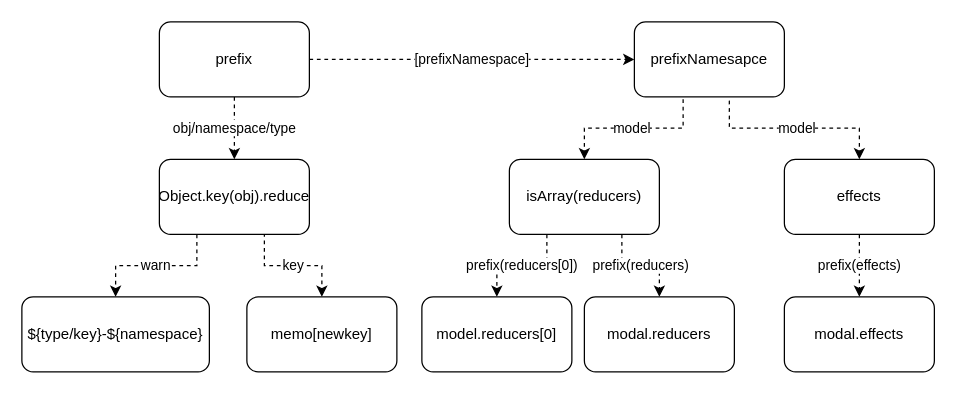
The draw.io diagram page "prefixNamespace" (3 of 4) of background-flutter/other/dva.drawio in hexipei/draw.io, before the edit. Source tidied: cells renumbered, new cells numbered last; positions are measured from the earlier drawing's top-left corner, leaving out a move shared by most shapes. Both pictures are drawn from the tidied source at 125%, with x=0, y=0 at pixel (21, 21).
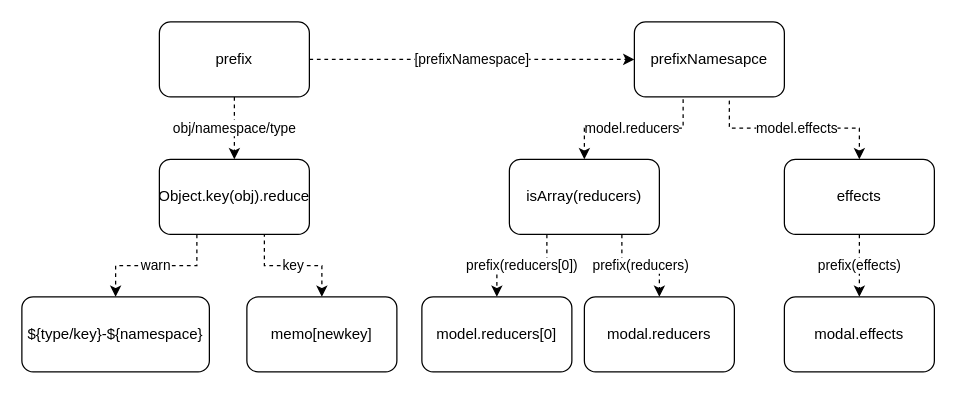
The same page after the edit.

The change refers to these unchanged cells:
```xml
<mxCell id="12" value="prefixNamesapce" style="rounded=1;whiteSpace=wrap;html=1;" parent="1" vertex="1">
  <mxGeometry x="490" width="120" height="60" as="geometry" />
</mxCell>
<mxCell id="15" value="isArray(reducers)" style="rounded=1;whiteSpace=wrap;html=1;" parent="1" vertex="1">
  <mxGeometry x="390" y="110" width="120" height="60" as="geometry" />
</mxCell>
<mxCell id="17" value="effects" style="rounded=1;whiteSpace=wrap;html=1;" parent="1" vertex="1">
  <mxGeometry x="610" y="110" width="120" height="60" as="geometry" />
</mxCell>
```

The edit, as a diff of the source:
```diff
@@
-    <mxCell id="10" value="model" style="edgeStyle=orthogonalEdgeStyle;rounded=0;jettySize=auto;html=1;exitX=0.325;exitY=1.033;exitDx=0;exitDy=0;entryX=0.5;entryY=0;entryDx=0;entryDy=0;dashed=1;exitPerimeter=0;" parent="1" edge="1" source="12" target="15">
+    <mxCell id="10" value="model.reducers" style="edgeStyle=orthogonalEdgeStyle;rounded=0;jettySize=auto;html=1;exitX=0.325;exitY=1.033;exitDx=0;exitDy=0;entryX=0.5;entryY=0;entryDx=0;entryDy=0;dashed=1;exitPerimeter=0;" parent="1" edge="1" source="12" target="15">
       <mxGeometry relative="1" as="geometry" />
     </mxCell>
-    <mxCell id="11" value="model" style="edgeStyle=orthogonalEdgeStyle;rounded=0;jettySize=auto;html=1;exitX=0.633;exitY=1.05;exitDx=0;exitDy=0;entryX=0.5;entryY=0;entryDx=0;entryDy=0;dashed=1;exitPerimeter=0;" parent="1" edge="1" source="12" target="17">
+    <mxCell id="11" value="model.effects" style="edgeStyle=orthogonalEdgeStyle;rounded=0;jettySize=auto;html=1;exitX=0.633;exitY=1.05;exitDx=0;exitDy=0;entryX=0.5;entryY=0;entryDx=0;entryDy=0;dashed=1;exitPerimeter=0;" parent="1" edge="1" source="12" target="17">
       <mxGeometry relative="1" as="geometry" />
     </mxCell>
```
